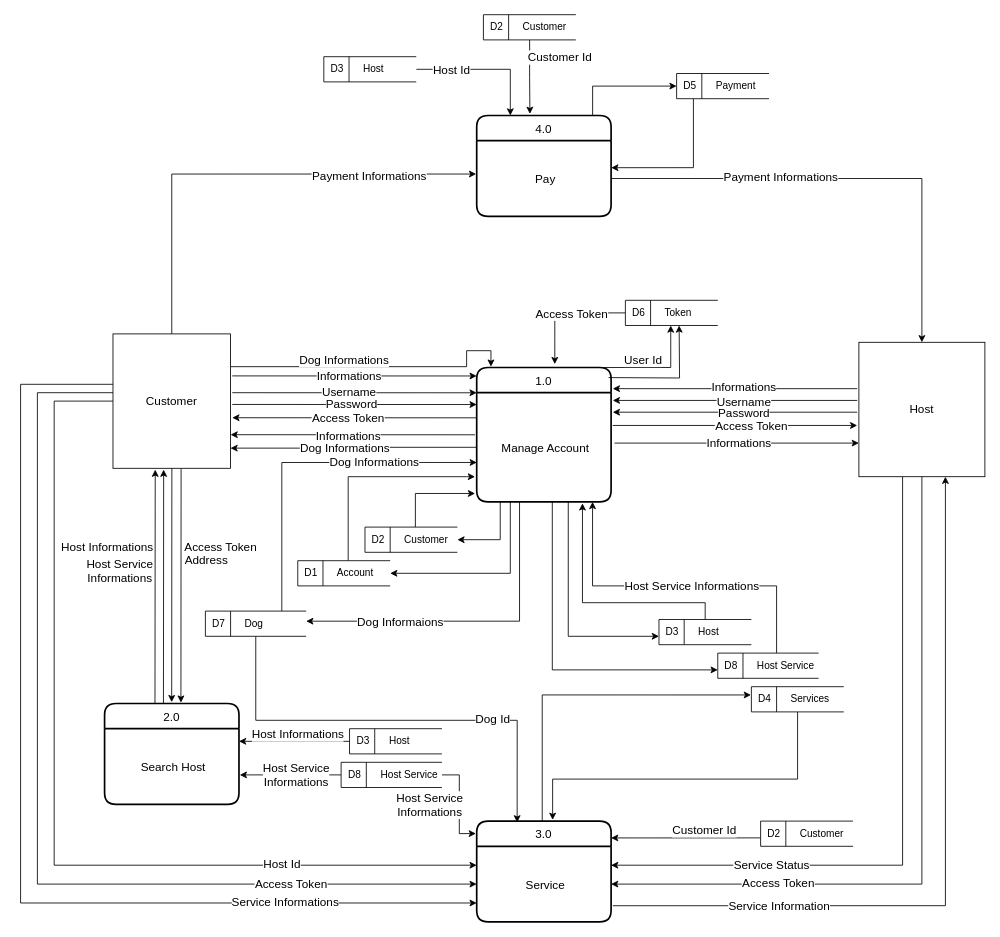
The draw.io diagram page "Level 0" (2 of 3) of ProjectProcesses/HostDog_5DFD/Hostdog_DFD_V3.drawio in Hostdogs/Project_Hostdog, before the edit. Source tidied: cells renumbered, new cells numbered last; positions are measured from the earlier drawing's top-left corner, leaving out a move shared by most shapes. Both pictures are drawn from the tidied source at 84%, with x=0, y=0 at pixel (20, 14).
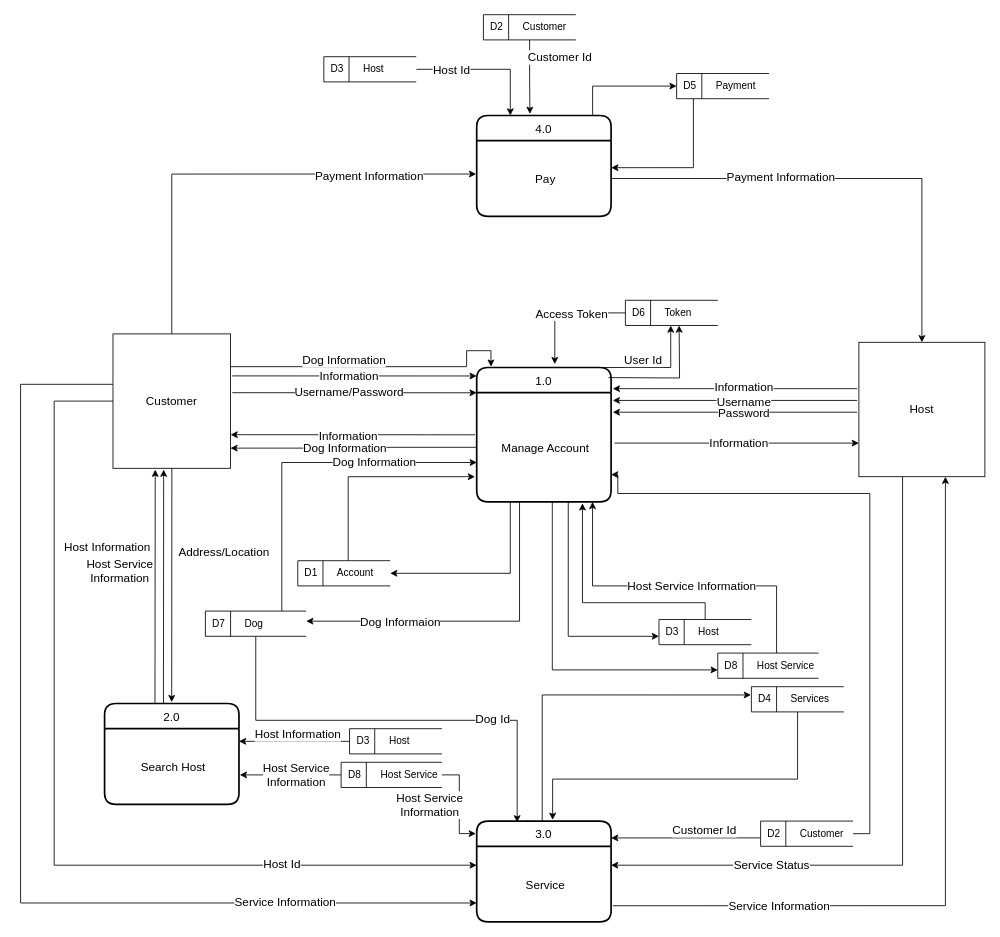
After the change.

Unchanged cells that the change refers to:
```xml
<mxCell id="3" value="Manage Account" style="align=center;strokeColor=none;fillColor=none;spacingLeft=4;fontSize=14;verticalAlign=middle;" parent="2" vertex="1">
  <mxGeometry y="30" width="160" height="130" as="geometry" />
</mxCell>
<mxCell id="8" value="Service" style="align=center;strokeColor=none;fillColor=none;spacingLeft=4;fontSize=14;verticalAlign=middle;" parent="7" vertex="1">
  <mxGeometry y="30" width="160" height="90" as="geometry" />
</mxCell>
<mxCell id="18" style="edgeStyle=orthogonalEdgeStyle;rounded=0;jettySize=auto;html=1;entryX=0;entryY=0.75;entryDx=0;entryDy=0;fontSize=14;align=center;" parent="1" edge="1" source="24" target="8">
  <mxGeometry relative="1" as="geometry">
    <Array as="points">
      <mxPoint y="440" />
      <mxPoint y="1058" />
    </Array>
  </mxGeometry>
</mxCell>
<mxCell id="20" style="edgeStyle=orthogonalEdgeStyle;rounded=0;jettySize=auto;html=1;entryX=0.106;entryY=-0.006;entryDx=0;entryDy=0;entryPerimeter=0;fontSize=14;align=center;" parent="1" edge="1" source="24" target="2">
  <mxGeometry relative="1" as="geometry">
    <Array as="points">
      <mxPoint x="531" y="419" />
      <mxPoint x="531" y="400" />
      <mxPoint x="560" y="400" />
    </Array>
  </mxGeometry>
</mxCell>
<mxCell id="22" style="edgeStyle=orthogonalEdgeStyle;rounded=0;jettySize=auto;html=1;entryX=-0.004;entryY=0.441;entryDx=0;entryDy=0;entryPerimeter=0;" parent="1" edge="1" source="24" target="13">
  <mxGeometry relative="1" as="geometry">
    <Array as="points">
      <mxPoint x="180" y="190" />
    </Array>
  </mxGeometry>
</mxCell>
<mxCell id="24" value="Customer" style="whiteSpace=wrap;html=1;align=center;fontSize=14;" parent="1" vertex="1">
  <mxGeometry x="110" y="380" width="140" height="160" as="geometry" />
</mxCell>
<mxCell id="27" value="Host" style="whiteSpace=wrap;html=1;align=center;fontSize=14;" parent="1" vertex="1">
  <mxGeometry x="998" y="390" width="150" height="160" as="geometry" />
</mxCell>
<mxCell id="28" style="endArrow=classic;html=1;fontSize=14;align=center;entryX=0;entryY=0.134;entryDx=0;entryDy=0;entryPerimeter=0;exitX=1.014;exitY=0.35;exitDx=0;exitDy=0;exitPerimeter=0;" parent="1" edge="1">
  <mxGeometry relative="1" as="geometry">
    <mxPoint x="252" y="450" as="sourcePoint" />
    <mxPoint x="543" y="450.1" as="targetPoint" />
  </mxGeometry>
</mxCell>
<mxCell id="34" style="endArrow=classic;html=1;fontSize=14;align=center;entryX=0;entryY=0.134;entryDx=0;entryDy=0;entryPerimeter=0;exitX=1.014;exitY=0.35;exitDx=0;exitDy=0;exitPerimeter=0;" parent="1" edge="1">
  <mxGeometry relative="1" as="geometry">
    <mxPoint x="541" y="500.1" as="sourcePoint" />
    <mxPoint x="250" y="500" as="targetPoint" />
  </mxGeometry>
</mxCell>
<mxCell id="36" style="endArrow=classic;html=1;fontSize=14;align=center;entryX=0;entryY=0.134;entryDx=0;entryDy=0;entryPerimeter=0;exitX=1.014;exitY=0.35;exitDx=0;exitDy=0;exitPerimeter=0;" parent="1" edge="1">
  <mxGeometry relative="1" as="geometry">
    <mxPoint x="996" y="445.2" as="sourcePoint" />
    <mxPoint x="705" y="445.2" as="targetPoint" />
  </mxGeometry>
</mxCell>
<mxCell id="44" style="endArrow=classic;html=1;fontSize=14;align=center;" parent="1" edge="1">
  <mxGeometry relative="1" as="geometry">
    <mxPoint x="707" y="510" as="sourcePoint" />
    <mxPoint x="998" y="510" as="targetPoint" />
  </mxGeometry>
</mxCell>
<mxCell id="59" style="edgeStyle=orthogonalEdgeStyle;rounded=0;jettySize=auto;html=1;fontSize=14;align=center;entryX=0.862;entryY=1;entryDx=0;entryDy=0;entryPerimeter=0;" parent="1" edge="1" source="61" target="3">
  <mxGeometry relative="1" as="geometry">
    <Array as="points">
      <mxPoint x="900" y="680" />
      <mxPoint x="681" y="680" />
    </Array>
  </mxGeometry>
</mxCell>
<mxCell id="64" style="edgeStyle=orthogonalEdgeStyle;rounded=0;jettySize=auto;html=1;entryX=0.001;entryY=0.639;entryDx=0;entryDy=0;entryPerimeter=0;fontSize=14;" parent="1" edge="1" source="66" target="3">
  <mxGeometry relative="1" as="geometry">
    <Array as="points">
      <mxPoint x="311" y="533" />
    </Array>
  </mxGeometry>
</mxCell>
<mxCell id="68" style="endArrow=classic;html=1;fontSize=14;align=center;entryX=0;entryY=0.134;entryDx=0;entryDy=0;entryPerimeter=0;exitX=1.014;exitY=0.35;exitDx=0;exitDy=0;exitPerimeter=0;" parent="1" edge="1">
  <mxGeometry relative="1" as="geometry">
    <mxPoint x="252" y="430" as="sourcePoint" />
    <mxPoint x="543" y="430.1" as="targetPoint" />
  </mxGeometry>
</mxCell>
<mxCell id="71" style="edgeStyle=orthogonalEdgeStyle;rounded=0;orthogonalLoop=1;jettySize=auto;html=1;entryX=-0.004;entryY=0.47;entryDx=0;entryDy=0;entryPerimeter=0;fontSize=14;align=center;" parent="1" edge="1">
  <mxGeometry relative="1" as="geometry">
    <mxPoint x="594" y="580" as="sourcePoint" />
    <mxPoint x="340" y="722" as="targetPoint" />
    <Array as="points">
      <mxPoint x="594" y="722" />
    </Array>
  </mxGeometry>
</mxCell>
<mxCell id="77" style="endArrow=classic;html=1;fontSize=14;align=center;exitX=0.438;exitY=0;exitDx=0;exitDy=0;exitPerimeter=0;entryX=0.431;entryY=1.01;entryDx=0;entryDy=0;entryPerimeter=0;" parent="1" edge="1" source="4" target="24">
  <mxGeometry relative="1" as="geometry" />
</mxCell>
<mxCell id="79" style="endArrow=classic;html=1;fontSize=14;align=center;exitX=0.438;exitY=0;exitDx=0;exitDy=0;exitPerimeter=0;entryX=0.431;entryY=1.01;entryDx=0;entryDy=0;entryPerimeter=0;" parent="1" edge="1">
  <mxGeometry relative="1" as="geometry">
    <mxPoint x="180.1" y="540" as="sourcePoint" />
    <mxPoint x="179.9" y="818.4" as="targetPoint" />
  </mxGeometry>
</mxCell>
<mxCell id="83" style="edgeStyle=orthogonalEdgeStyle;rounded=0;jettySize=auto;html=1;entryX=1;entryY=0.167;entryDx=0;entryDy=0;entryPerimeter=0;fontSize=14;align=center;" parent="1" edge="1" source="85" target="5">
  <mxGeometry relative="1" as="geometry" />
</mxCell>
<mxCell id="86" style="edgeStyle=orthogonalEdgeStyle;rounded=0;jettySize=auto;html=1;fontSize=14;align=center;entryX=-0.006;entryY=0.124;entryDx=0;entryDy=0;entryPerimeter=0;" parent="1" edge="1" source="90" target="7">
  <mxGeometry relative="1" as="geometry" />
</mxCell>
<mxCell id="88" style="edgeStyle=orthogonalEdgeStyle;rounded=0;jettySize=auto;html=1;entryX=1.006;entryY=0.611;entryDx=0;entryDy=0;entryPerimeter=0;fontSize=14;align=center;" parent="1" edge="1" source="90" target="5">
  <mxGeometry relative="1" as="geometry" />
</mxCell>
<mxCell id="93" value="&amp;nbsp;D2&amp;nbsp; &amp;nbsp; &amp;nbsp; &amp;nbsp;Customer" style="html=1;dashed=0;whitespace=wrap;shape=mxgraph.dfd.dataStoreID;align=left;spacingLeft=3;points=[[0,0],[0.5,0],[1,0],[0,0.5],[1,0.5],[0,1],[0.5,1],[1,1]];" parent="1" vertex="1">
  <mxGeometry x="881" y="960" width="110" height="30" as="geometry" />
</mxCell>
<mxCell id="94" style="endArrow=classic;html=1;fontSize=14;align=center;exitX=0.438;exitY=0;exitDx=0;exitDy=0;exitPerimeter=0;entryX=0.431;entryY=1.01;entryDx=0;entryDy=0;entryPerimeter=0;" parent="1" edge="1">
  <mxGeometry relative="1" as="geometry">
    <mxPoint x="160" y="820" as="sourcePoint" />
    <mxPoint x="160.3" y="541.6" as="targetPoint" />
  </mxGeometry>
</mxCell>
<mxCell id="98" style="edgeStyle=orthogonalEdgeStyle;rounded=0;jettySize=auto;html=1;entryX=0.5;entryY=0;entryDx=0;entryDy=0;" parent="1" edge="1" source="13" target="27">
  <mxGeometry relative="1" as="geometry" />
</mxCell>
<mxCell id="107" style="edgeStyle=orthogonalEdgeStyle;rounded=0;jettySize=auto;html=1;entryX=0.999;entryY=0.85;entryDx=0;entryDy=0;entryPerimeter=0;fontSize=14;" parent="1" edge="1" source="3" target="24">
  <mxGeometry relative="1" as="geometry" />
</mxCell>
```

The edit, as a diff of the source:
```diff
@@
-    <mxCell id="16" style="edgeStyle=orthogonalEdgeStyle;rounded=0;jettySize=auto;html=1;entryX=0;entryY=0.5;entryDx=0;entryDy=0;fontSize=14;align=center;" parent="1" edge="1" source="24" target="8">
-      <mxGeometry relative="1" as="geometry">
-        <Array as="points">
-          <mxPoint x="20" y="450" />
-          <mxPoint x="20" y="1035" />
-        </Array>
-      </mxGeometry>
-    </mxCell>
-    <mxCell id="17" value="Access Token" style="edgeLabel;html=1;align=center;verticalAlign=middle;fontSize=14;" parent="16" vertex="1">
-      <mxGeometry x="0.63" y="1" relative="1" as="geometry" />
-    </mxCell>
@@
-    <mxCell id="19" value="Service Informations" style="edgeLabel;html=1;align=center;verticalAlign=middle;fontSize=14;" parent="18" vertex="1">
+    <mxCell id="19" value="Service Information" style="edgeLabel;html=1;align=center;verticalAlign=middle;fontSize=14;" parent="18" vertex="1">
       <mxGeometry x="0.64" y="2" relative="1" as="geometry" />
     </mxCell>
@@
-    <mxCell id="21" value="Dog Informations" style="edgeLabel;html=1;align=center;verticalAlign=middle;fontSize=14;" parent="20" vertex="1">
+    <mxCell id="21" value="Dog Information" style="edgeLabel;html=1;align=center;verticalAlign=middle;fontSize=14;" parent="20" vertex="1">
       <mxGeometry x="-0.26" y="2" relative="1" as="geometry">
         <mxPoint x="5" y="-7" as="offset" />
       </mxGeometry>
     </mxCell>
@@
-    <mxCell id="23" value="Payment Informations" style="edgeLabel;html=1;align=center;verticalAlign=middle;fontSize=14;" parent="22" vertex="1">
+    <mxCell id="23" value="Payment Information" style="edgeLabel;html=1;align=center;verticalAlign=middle;fontSize=14;" parent="22" vertex="1">
       <mxGeometry x="0.26" y="-2" relative="1" as="geometry">
         <mxPoint x="77" as="offset" />
       </mxGeometry>
     </mxCell>
@@
-    <mxCell id="29" value="Username" style="edgeLabel;html=1;align=center;verticalAlign=middle;fontSize=14;" parent="28" vertex="1">
+    <mxCell id="29" value="Username/Password" style="edgeLabel;html=1;align=center;verticalAlign=middle;fontSize=14;" parent="28" vertex="1">
       <mxGeometry x="-0.12" y="1" relative="1" as="geometry">
         <mxPoint x="10" as="offset" />
       </mxGeometry>
     </mxCell>
-    <mxCell id="30" style="endArrow=classic;html=1;fontSize=14;align=center;entryX=0;entryY=0.134;entryDx=0;entryDy=0;entryPerimeter=0;exitX=1.014;exitY=0.35;exitDx=0;exitDy=0;exitPerimeter=0;" parent="1" edge="1">
-      <mxGeometry relative="1" as="geometry">
-        <mxPoint x="252" y="464" as="sourcePoint" />
-        <mxPoint x="543" y="464.1" as="targetPoint" />
-      </mxGeometry>
-    </mxCell>
-    <mxCell id="31" value="Password" style="edgeLabel;html=1;align=center;verticalAlign=middle;fontSize=14;" parent="30" vertex="1">
-      <mxGeometry x="-0.03" y="1" relative="1" as="geometry" />
-    </mxCell>
-    <mxCell id="32" style="endArrow=classic;html=1;fontSize=14;align=center;entryX=0;entryY=0.134;entryDx=0;entryDy=0;entryPerimeter=0;exitX=1.014;exitY=0.35;exitDx=0;exitDy=0;exitPerimeter=0;" parent="1" edge="1">
-      <mxGeometry relative="1" as="geometry">
-        <mxPoint x="543" y="479.9" as="sourcePoint" />
-        <mxPoint x="252" y="479.8" as="targetPoint" />
-      </mxGeometry>
-    </mxCell>
-    <mxCell id="33" value="Access Token" style="edgeLabel;html=1;align=center;verticalAlign=middle;fontSize=14;labelBackgroundColor=#ffffff;" parent="32" vertex="1">
-      <mxGeometry x="0.09" relative="1" as="geometry">
-        <mxPoint x="5" as="offset" />
-      </mxGeometry>
-    </mxCell>
@@
-    <mxCell id="35" value="Informations" style="edgeLabel;html=1;align=center;verticalAlign=middle;fontSize=14;" parent="34" vertex="1">
+    <mxCell id="35" value="Information" style="edgeLabel;html=1;align=center;verticalAlign=middle;fontSize=14;" parent="34" vertex="1">
       <mxGeometry x="-0.05" y="1" relative="1" as="geometry">
         <mxPoint x="-13" as="offset" />
       </mxGeometry>
     </mxCell>
@@
-    <mxCell id="37" value="Informations" style="edgeLabel;html=1;align=center;verticalAlign=middle;fontSize=14;" parent="36" vertex="1">
+    <mxCell id="37" value="Information" style="edgeLabel;html=1;align=center;verticalAlign=middle;fontSize=14;" parent="36" vertex="1">
       <mxGeometry x="-0.04" y="-1" relative="1" as="geometry">
         <mxPoint x="4" y="-2" as="offset" />
       </mxGeometry>
     </mxCell>
@@
-    <mxCell id="42" style="endArrow=classic;html=1;fontSize=14;align=center;entryX=0;entryY=0.134;entryDx=0;entryDy=0;entryPerimeter=0;exitX=1.014;exitY=0.35;exitDx=0;exitDy=0;exitPerimeter=0;" parent="1" edge="1">
-      <mxGeometry relative="1" as="geometry">
-        <mxPoint x="705" y="489" as="sourcePoint" />
-        <mxPoint x="996" y="489" as="targetPoint" />
-      </mxGeometry>
-    </mxCell>
-    <mxCell id="43" value="Access Token" style="edgeLabel;html=1;align=center;verticalAlign=middle;fontSize=14;labelBackgroundColor=#ffffff;" parent="42" vertex="1">
-      <mxGeometry x="0.09" relative="1" as="geometry">
-        <mxPoint x="5" as="offset" />
-      </mxGeometry>
-    </mxCell>
@@
-    <mxCell id="45" value="Informations" style="edgeLabel;html=1;align=center;verticalAlign=middle;fontSize=14;" parent="44" vertex="1">
+    <mxCell id="45" value="Information" style="edgeLabel;html=1;align=center;verticalAlign=middle;fontSize=14;" parent="44" vertex="1">
       <mxGeometry x="-0.05" y="1" relative="1" as="geometry">
         <mxPoint x="9" as="offset" />
       </mxGeometry>
     </mxCell>
@@
-    <mxCell id="48" style="edgeStyle=orthogonalEdgeStyle;rounded=0;jettySize=auto;html=1;fontSize=14;align=center;entryX=-0.012;entryY=0.923;entryDx=0;entryDy=0;entryPerimeter=0;" parent="1" edge="1" source="49" target="3">
-      <mxGeometry relative="1" as="geometry">
-        <Array as="points">
-          <mxPoint x="470" y="570" />
-        </Array>
-      </mxGeometry>
-    </mxCell>
-    <mxCell id="49" value="&amp;nbsp;D2&amp;nbsp; &amp;nbsp; &amp;nbsp; &amp;nbsp;Customer" style="html=1;dashed=0;whitespace=wrap;shape=mxgraph.dfd.dataStoreID;align=left;spacingLeft=3;points=[[0,0],[0.5,0],[1,0],[0,0.5],[1,0.5],[0,1],[0.5,1],[1,1]];" parent="1" vertex="1">
-      <mxGeometry x="410" y="610" width="110" height="30" as="geometry" />
-    </mxCell>
@@
-    <mxCell id="60" value="Host Service Informations" style="edgeLabel;html=1;align=center;verticalAlign=middle;fontSize=14;" parent="59" vertex="1">
+    <mxCell id="60" value="Host Service Information" style="edgeLabel;html=1;align=center;verticalAlign=middle;fontSize=14;" parent="59" vertex="1">
       <mxGeometry x="-0.09" y="-1" relative="1" as="geometry" />
     </mxCell>
@@
-    <mxCell id="65" value="Dog Informations" style="edgeLabel;html=1;align=center;verticalAlign=middle;fontSize=14;" parent="64" vertex="1">
+    <mxCell id="65" value="Dog Information" style="edgeLabel;html=1;align=center;verticalAlign=middle;fontSize=14;" parent="64" vertex="1">
       <mxGeometry x="0.4" y="1" relative="1" as="geometry" />
     </mxCell>
@@
-    <mxCell id="69" value="Informations" style="edgeLabel;html=1;align=center;verticalAlign=middle;fontSize=14;" parent="68" vertex="1">
+    <mxCell id="69" value="Information" style="edgeLabel;html=1;align=center;verticalAlign=middle;fontSize=14;" parent="68" vertex="1">
       <mxGeometry x="-0.12" y="1" relative="1" as="geometry">
         <mxPoint x="10" as="offset" />
       </mxGeometry>
     </mxCell>
@@
-    <mxCell id="72" value="Dog Informaions" style="edgeLabel;html=1;align=center;verticalAlign=middle;fontSize=14;" parent="71" vertex="1">
+    <mxCell id="72" value="Dog Informaion" style="edgeLabel;html=1;align=center;verticalAlign=middle;fontSize=14;" parent="71" vertex="1">
       <mxGeometry x="0.44" relative="1" as="geometry" />
     </mxCell>
@@
-    <mxCell id="78" value="Host Informations" style="edgeLabel;html=1;align=center;verticalAlign=middle;fontSize=14;" parent="77" vertex="1">
+    <mxCell id="78" value="Host Information" style="edgeLabel;html=1;align=center;verticalAlign=middle;fontSize=14;" parent="77" vertex="1">
       <mxGeometry x="0.18" y="-1" relative="1" as="geometry">
         <mxPoint x="-69" y="-23" as="offset" />
       </mxGeometry>
     </mxCell>
@@
-    <mxCell id="80" value="Address" style="edgeLabel;html=1;align=center;verticalAlign=middle;fontSize=14;" parent="79" vertex="1">
+    <mxCell id="80" value="Address/Location" style="edgeLabel;html=1;align=center;verticalAlign=middle;fontSize=14;" parent="79" vertex="1">
       <mxGeometry x="-0.11" y="1" relative="1" as="geometry">
-        <mxPoint x="39" y="-15" as="offset" />
+        <mxPoint x="60" y="-25" as="offset" />
       </mxGeometry>
     </mxCell>
-    <mxCell id="81" style="endArrow=classic;html=1;fontSize=14;align=center;exitX=0.438;exitY=0;exitDx=0;exitDy=0;exitPerimeter=0;entryX=0.431;entryY=1.01;entryDx=0;entryDy=0;entryPerimeter=0;" parent="1" edge="1">
-      <mxGeometry relative="1" as="geometry">
-        <mxPoint x="191.1" y="540.6" as="sourcePoint" />
-        <mxPoint x="190.9" y="819" as="targetPoint" />
-      </mxGeometry>
-    </mxCell>
-    <mxCell id="82" value="Access Token" style="edgeLabel;html=1;align=center;verticalAlign=middle;fontSize=14;" parent="81" vertex="1">
-      <mxGeometry x="-0.3" y="1" relative="1" as="geometry">
-        <mxPoint x="45" y="-4" as="offset" />
-      </mxGeometry>
-    </mxCell>
@@
-    <mxCell id="84" value="Host Informations" style="edgeLabel;html=1;align=center;verticalAlign=middle;fontSize=14;" parent="83" vertex="1">
+    <mxCell id="84" value="Host Information" style="edgeLabel;html=1;align=center;verticalAlign=middle;fontSize=14;" parent="83" vertex="1">
       <mxGeometry x="0.26" y="-2" relative="1" as="geometry">
         <mxPoint x="21" y="-7" as="offset" />
       </mxGeometry>
     </mxCell>
@@
-    <mxCell id="87" value="Host Service&lt;br&gt;Informations" style="edgeLabel;html=1;align=center;verticalAlign=middle;fontSize=14;" parent="86" vertex="1">
+    <mxCell id="87" value="Host Service&lt;br&gt;Information" style="edgeLabel;html=1;align=center;verticalAlign=middle;fontSize=14;" parent="86" vertex="1">
       <mxGeometry x="-0.16" y="1" relative="1" as="geometry">
         <mxPoint x="-37" y="10" as="offset" />
       </mxGeometry>
     </mxCell>
@@
-    <mxCell id="89" value="Host Service&lt;br&gt;Informations" style="edgeLabel;html=1;align=center;verticalAlign=middle;fontSize=14;" parent="88" vertex="1">
+    <mxCell id="89" value="Host Service&lt;br&gt;Information" style="edgeLabel;html=1;align=center;verticalAlign=middle;fontSize=14;" parent="88" vertex="1">
       <mxGeometry x="-0.19" y="1" relative="1" as="geometry">
         <mxPoint x="-5" y="-1" as="offset" />
       </mxGeometry>
     </mxCell>
@@
+    <mxCell id="109" style="edgeStyle=orthogonalEdgeStyle;rounded=0;jettySize=auto;html=1;entryX=1;entryY=0.75;entryDx=0;entryDy=0;fontSize=14;" parent="1" edge="1" source="93" target="3">
+      <mxGeometry relative="1" as="geometry">
+        <Array as="points">
+          <mxPoint x="1011" y="975" />
+          <mxPoint x="1011" y="570" />
+          <mxPoint x="711" y="570" />
+          <mxPoint x="711" y="548" />
+        </Array>
+      </mxGeometry>
+    </mxCell>
@@
-    <mxCell id="95" value="Host Service &lt;br&gt;Informations" style="edgeLabel;html=1;align=center;verticalAlign=middle;fontSize=14;" parent="94" vertex="1">
+    <mxCell id="95" value="Host Service &lt;br&gt;Information" style="edgeLabel;html=1;align=center;verticalAlign=middle;fontSize=14;" parent="94" vertex="1">
       <mxGeometry x="0.2" y="1" relative="1" as="geometry">
         <mxPoint x="-42" y="9" as="offset" />
       </mxGeometry>
     </mxCell>
-    <mxCell id="96" style="edgeStyle=orthogonalEdgeStyle;rounded=0;jettySize=auto;html=1;fontSize=14;align=center;exitX=0.5;exitY=1;exitDx=0;exitDy=0;entryX=1;entryY=0.5;entryDx=0;entryDy=0;" parent="1" edge="1" source="27" target="8">
-      <mxGeometry relative="1" as="geometry">
-        <Array as="points">
-          <mxPoint x="1073" y="1035" />
-        </Array>
-      </mxGeometry>
-    </mxCell>
-    <mxCell id="97" value="Access Token" style="edgeLabel;html=1;align=center;verticalAlign=middle;fontSize=14;" parent="96" vertex="1">
-      <mxGeometry x="-0.54" relative="1" as="geometry">
-        <mxPoint x="-172" y="286" as="offset" />
-      </mxGeometry>
-    </mxCell>
@@
-    <mxCell id="99" value="Payment Informations" style="edgeLabel;html=1;align=center;verticalAlign=middle;fontSize=14;" parent="98" vertex="1">
+    <mxCell id="99" value="Payment Information" style="edgeLabel;html=1;align=center;verticalAlign=middle;fontSize=14;" parent="98" vertex="1">
       <mxGeometry x="-0.29" y="2" relative="1" as="geometry" />
     </mxCell>
@@
-    <mxCell id="106" style="edgeStyle=orthogonalEdgeStyle;rounded=0;jettySize=auto;html=1;entryX=1;entryY=0.5;entryDx=0;entryDy=0;fontSize=14;" parent="1" edge="1" source="3" target="49">
-      <mxGeometry relative="1" as="geometry">
-        <Array as="points">
-          <mxPoint x="571" y="625" />
-        </Array>
-      </mxGeometry>
-    </mxCell>
@@
-    <mxCell id="108" value="Dog Informations" style="edgeLabel;html=1;align=center;verticalAlign=middle;fontSize=14;" parent="107" vertex="1">
+    <mxCell id="108" value="Dog Information" style="edgeLabel;html=1;align=center;verticalAlign=middle;fontSize=14;" parent="107" vertex="1">
       <mxGeometry x="0.12" y="-1" relative="1" as="geometry">
         <mxPoint x="6" as="offset" />
       </mxGeometry>
     </mxCell>
```
